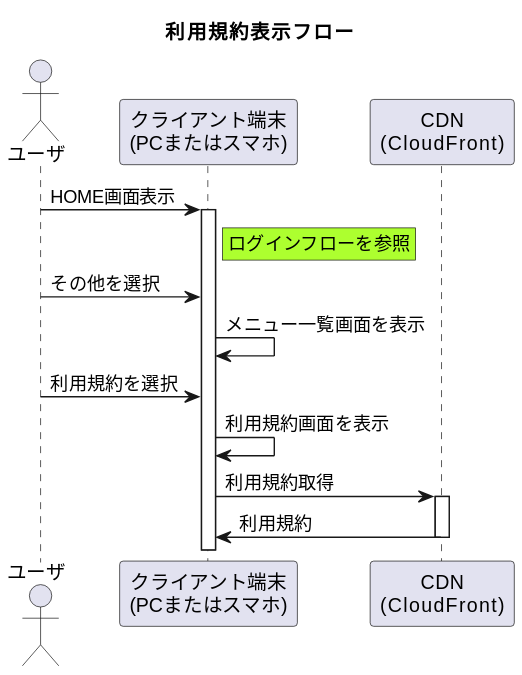
The PlantUML diagram 01_Sequences/99_Others/01_Terms/termsFlow.svg in Sonic-Host/documents, before a commit. Its diagram source:
```plantuml
@startuml
title 利用規約表示フロー

actor "ユーザ" as user
participant "クライアント端末\n(PCまたはスマホ)" as device
participant "CDN\n(CloudFront)" as cdn

user -> device ++: HOME画面表示
rnote right of device #GreenYellow
    ログインフローを参照
end note
user -> device : その他を選択
device -> device : メニュー一覧画面を表示
user -> device : 利用規約を選択
device -> device : 利用規約画面を表示
device -> cdn ++: 利用規約取得
device <- cdn -- : 利用規約
@enduml
```
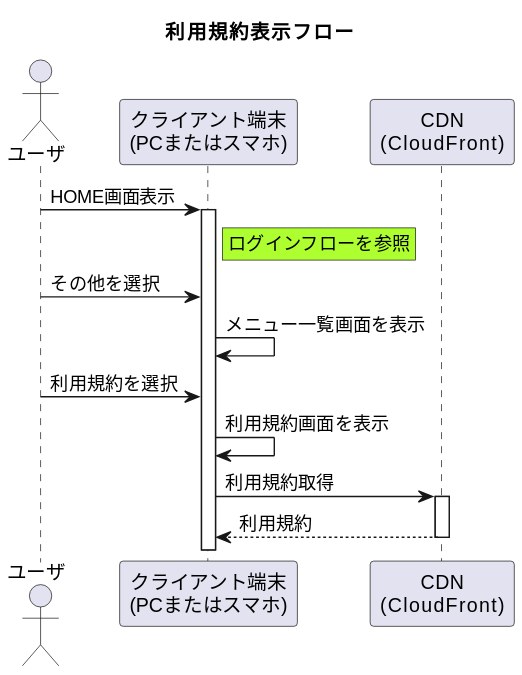
After the change.

Diff of the diagram source:
```diff
@@ -14,5 +14,5 @@
 user -> device : 利用規約を選択
 device -> device : 利用規約画面を表示
 device -> cdn ++: 利用規約取得
-device <- cdn -- : 利用規約
+device <-- cdn -- : 利用規約
 @enduml
```
